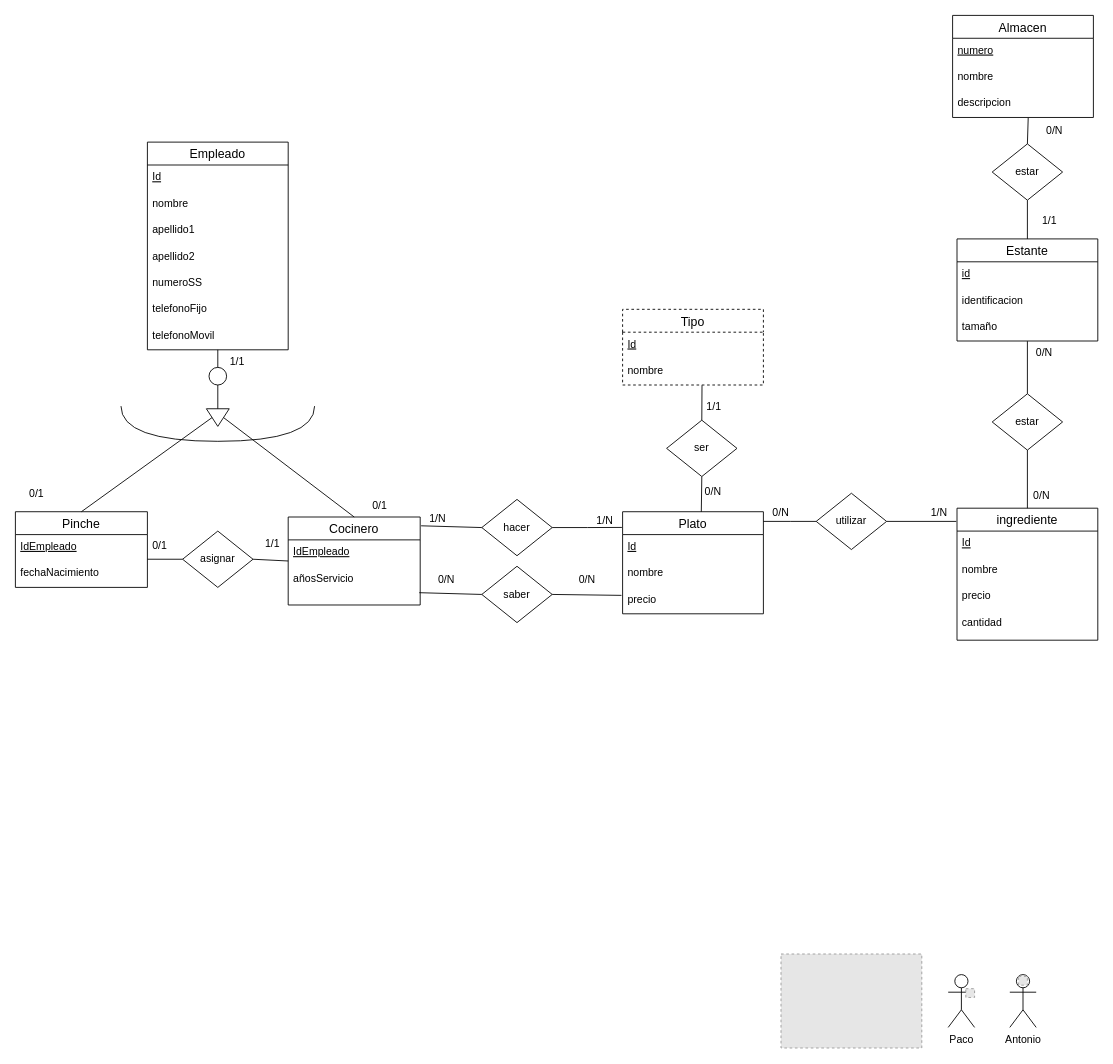
Above: Ejercicio 13. Empresa de comidas/Ejercicio 13. Empresa de comidas.drawio.xml in adriamilan-bootcamp/UD12-Diagramas-ER (draw.io), before the change. Source tidied: cells renumbered, new cells numbered last; positions are measured from the earlier drawing's top-left corner, leaving out a move shared by most shapes. Both pictures are drawn from the tidied source at 88%, with x=0, y=0 at pixel (15, 15). Pictures stored in the file or linked from it are replaced by grey dashed boxes.
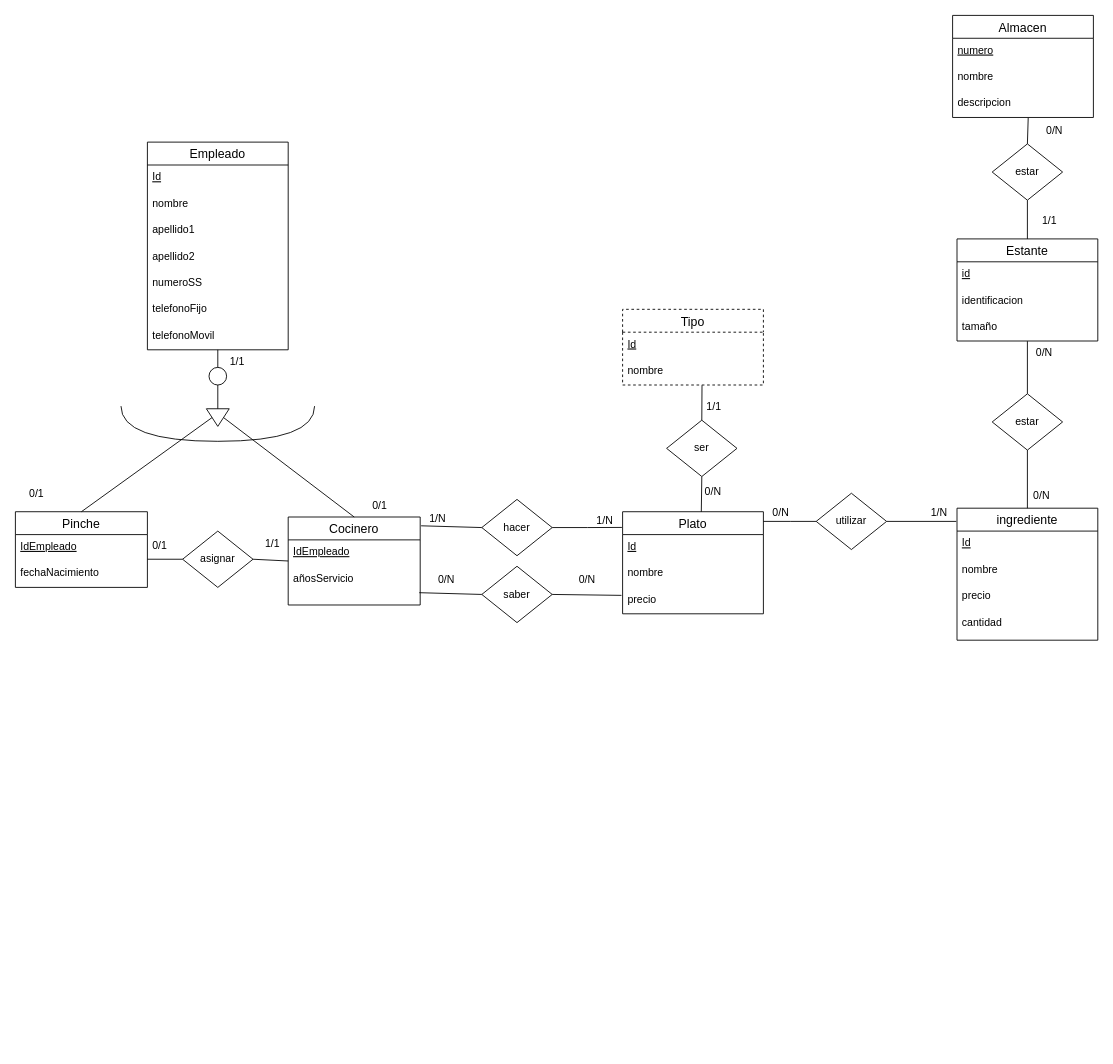
Above is the later version.

What changed in the source:
```diff
@@
-    <mxCell id="2" value="Paco" style="shape=umlActor;verticalLabelPosition=bottom;verticalAlign=top;html=1;" parent="1" vertex="1">
-      <mxGeometry x="1060" y="1090" width="30" height="60" as="geometry" />
-    </mxCell>
-    <mxCell id="3" value="Antonio" style="shape=umlActor;verticalLabelPosition=bottom;verticalAlign=top;html=1;" parent="1" vertex="1">
-      <mxGeometry x="1130" y="1090" width="30" height="60" as="geometry" />
-    </mxCell>
@@
-    <mxCell id="16" style="fillColor=#E6E6E6;strokeColor=#999999;dashed=1;verticalLabelPosition=bottom;labelBackgroundColor=default;verticalAlign=top;" parent="1" vertex="1">
-      <mxGeometry x="1080" y="1106" width="10" height="10" as="geometry" />
-    </mxCell>
@@
-    <mxCell id="56" style="fillColor=#E6E6E6;strokeColor=#999999;dashed=1;verticalLabelPosition=bottom;labelBackgroundColor=default;verticalAlign=top;" parent="1" vertex="1">
-      <mxGeometry x="870" y="1066.6" width="160" height="106.8" as="geometry" />
-    </mxCell>
-    <mxCell id="57" style="fillColor=#E6E6E6;strokeColor=#999999;dashed=1;verticalLabelPosition=bottom;labelBackgroundColor=default;verticalAlign=top;" parent="1" vertex="1">
-      <mxGeometry x="1140" y="1092" width="10" height="10" as="geometry" />
-    </mxCell>
```
